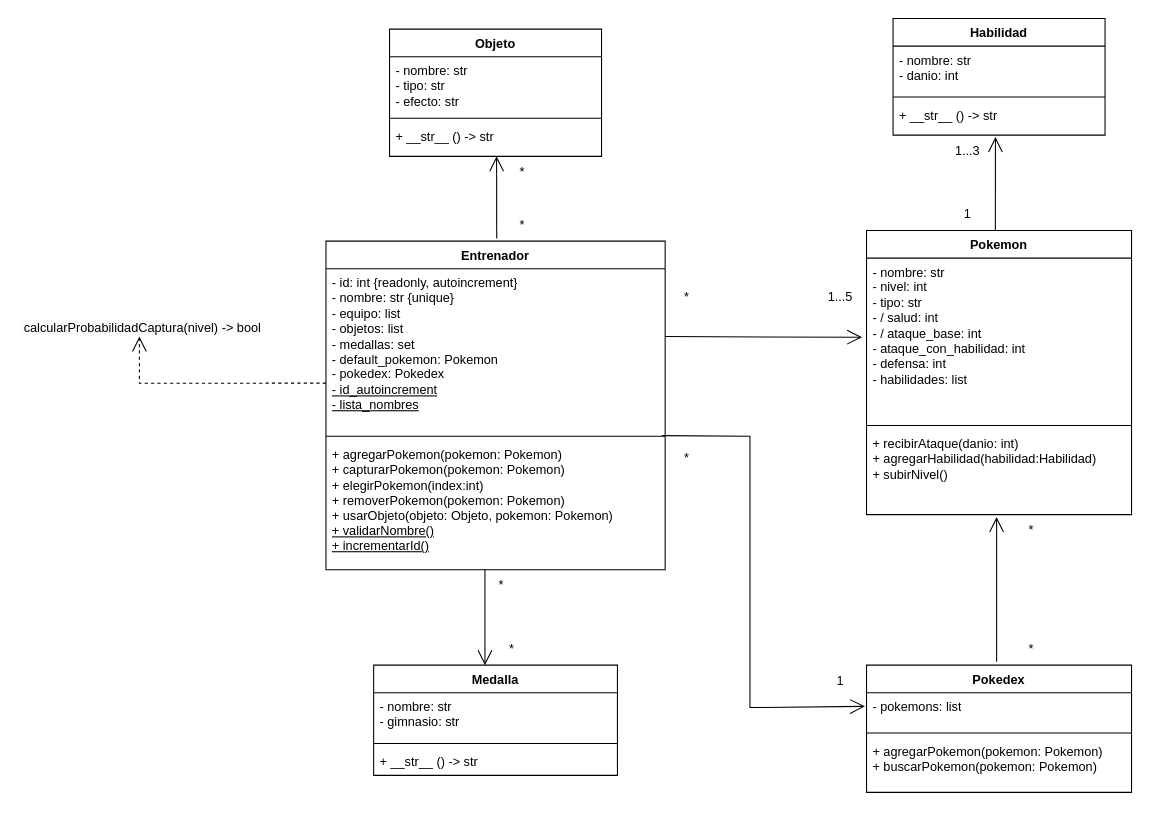
Earlier version of the draw.io diagram pokemon.drawio (MarucoMass/tp-integrador-P2-Massonnat-Martin-Palena). Source tidied: cells renumbered, new cells numbered last; positions are measured from the earlier drawing's top-left corner, leaving out a move shared by most shapes. Both pictures are drawn from the tidied source at 106%, with x=0, y=0 at pixel (18, 18).
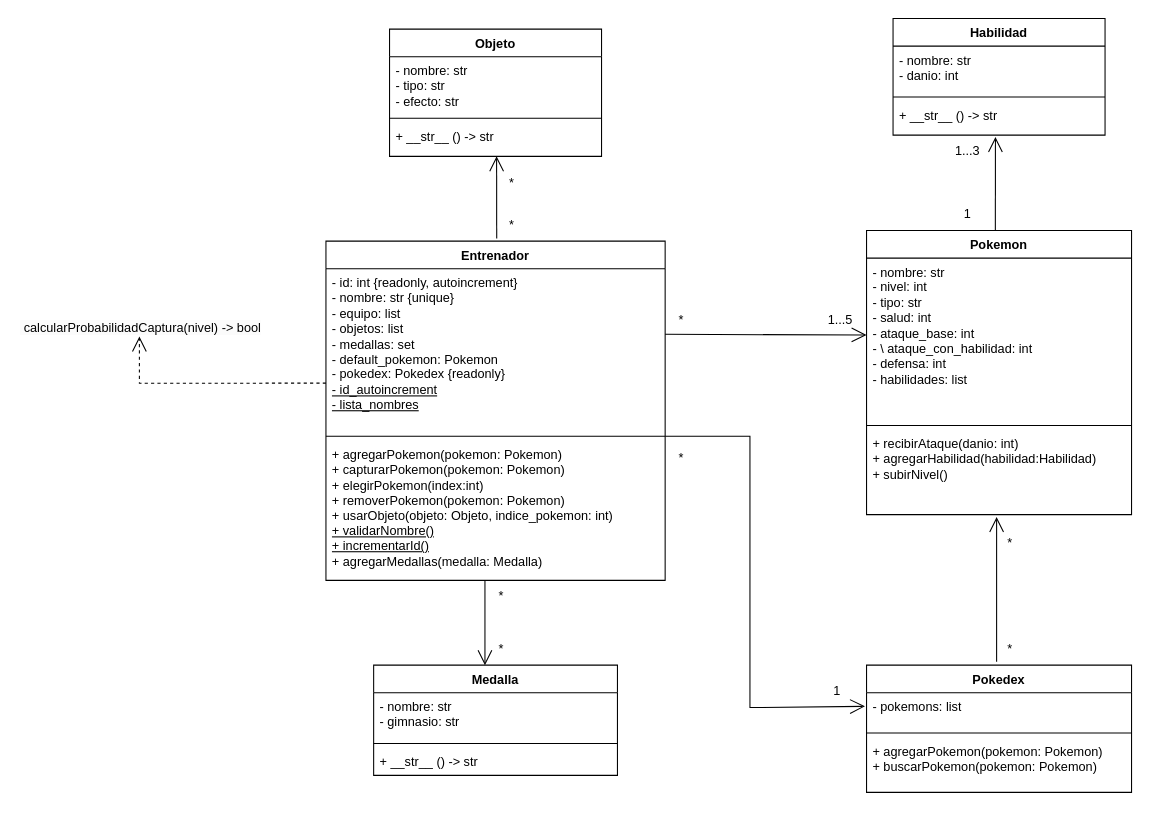
After the change.

The change refers to these unchanged cells:
```xml
<mxCell id="6" value="Pokemon" style="swimlane;fontStyle=1;align=center;verticalAlign=top;horizontal=1;startSize=26;whiteSpace=wrap;html=1;" parent="1" vertex="1">
  <mxGeometry x="800" y="200" width="250" height="268" as="geometry" />
</mxCell>
<mxCell id="11" value="- pokemons: list" style="text;strokeColor=none;fillColor=none;align=left;verticalAlign=top;spacingLeft=4;spacingRight=4;overflow=hidden;points=[[0,0.5],[1,0.5]];portConstraint=eastwest;whiteSpace=wrap;html=1;" parent="10" vertex="1">
  <mxGeometry y="26" width="250" height="34" as="geometry" />
</mxCell>
```

Change to the diagram source:
```diff
@@
     <mxCell id="2" value="Entrenador" style="swimlane;fontStyle=1;align=center;verticalAlign=top;horizontal=1;startSize=26;whiteSpace=wrap;html=1;" parent="1" vertex="1">
-      <mxGeometry x="290" y="210" width="320" height="310" as="geometry" />
+      <mxGeometry x="290" y="210" width="320" height="320" as="geometry" />
     </mxCell>
-    <mxCell id="3" value="- id: int {readonly, autoincrement}&lt;div&gt;- nombre: str {unique}&lt;/div&gt;&lt;div&gt;- equipo: list&lt;/div&gt;&lt;div&gt;- objetos: list&lt;/div&gt;&lt;div&gt;- medallas: set&lt;/div&gt;&lt;div&gt;- default_pokemon: Pokemon&lt;/div&gt;&lt;div&gt;- pokedex: Pokedex&lt;br&gt;&lt;div&gt;&lt;u&gt;- id_autoincrement&lt;/u&gt;&lt;/div&gt;&lt;/div&gt;&lt;div&gt;&lt;u&gt;- lista_nombres&lt;/u&gt;&lt;/div&gt;&lt;div&gt;&lt;u&gt;&lt;br&gt;&lt;/u&gt;&lt;/div&gt;" style="text;strokeColor=none;fillColor=none;align=left;verticalAlign=top;spacingLeft=4;spacingRight=4;overflow=hidden;points=[[0,0.5],[1,0.5]];portConstraint=eastwest;whiteSpace=wrap;html=1;" parent="2" vertex="1">
+    <mxCell id="3" value="- id: int {readonly, autoincrement}&lt;div&gt;- nombre: str {unique}&lt;/div&gt;&lt;div&gt;- equipo: list&lt;/div&gt;&lt;div&gt;- objetos: list&lt;/div&gt;&lt;div&gt;- medallas: set&lt;/div&gt;&lt;div&gt;- default_pokemon: Pokemon&lt;/div&gt;&lt;div&gt;- pokedex: Pokedex {readonly}&lt;br&gt;&lt;div&gt;&lt;u&gt;- id_autoincrement&lt;/u&gt;&lt;/div&gt;&lt;/div&gt;&lt;div&gt;&lt;u&gt;- lista_nombres&lt;/u&gt;&lt;/div&gt;&lt;div&gt;&lt;u&gt;&lt;br&gt;&lt;/u&gt;&lt;/div&gt;" style="text;strokeColor=none;fillColor=none;align=left;verticalAlign=top;spacingLeft=4;spacingRight=4;overflow=hidden;points=[[0,0.5],[1,0.5]];portConstraint=eastwest;whiteSpace=wrap;html=1;" parent="2" vertex="1">
       <mxGeometry y="26" width="320" height="154" as="geometry" />
     </mxCell>
@@
-    <mxCell id="5" value="+ agregarPokemon(pokemon: Pokemon)&lt;div&gt;+ capturarPokemon(pokemon: Pokemon)&lt;br&gt;&lt;div&gt;+ elegirPokemon(index:int)&lt;/div&gt;&lt;div&gt;+ removerPokemon(pokemon: Pokemon)&lt;/div&gt;&lt;div&gt;+ usarObjeto(objeto: Objeto, pokemon: Pokemon)&lt;/div&gt;&lt;div&gt;&lt;u&gt;+ validarNombre()&lt;/u&gt;&lt;/div&gt;&lt;div&gt;&lt;u&gt;+ incrementarId()&lt;/u&gt;&lt;/div&gt;&lt;/div&gt;" style="text;strokeColor=none;fillColor=none;align=left;verticalAlign=top;spacingLeft=4;spacingRight=4;overflow=hidden;points=[[0,0.5],[1,0.5]];portConstraint=eastwest;whiteSpace=wrap;html=1;" parent="2" vertex="1">
-      <mxGeometry y="188" width="320" height="122" as="geometry" />
+    <mxCell id="5" value="+ agregarPokemon(pokemon: Pokemon)&lt;div&gt;+ capturarPokemon(pokemon: Pokemon)&lt;br&gt;&lt;div&gt;+ elegirPokemon(index:int)&lt;/div&gt;&lt;div&gt;+ removerPokemon(pokemon: Pokemon)&lt;/div&gt;&lt;div&gt;+ usarObjeto(objeto: Objeto, indice_pokemon: int)&lt;/div&gt;&lt;div&gt;&lt;u&gt;+ validarNombre()&lt;/u&gt;&lt;/div&gt;&lt;div&gt;&lt;u&gt;+ incrementarId()&lt;/u&gt;&lt;/div&gt;&lt;/div&gt;&lt;div&gt;+ agregarMedallas(medalla: Medalla)&lt;/div&gt;" style="text;strokeColor=none;fillColor=none;align=left;verticalAlign=top;spacingLeft=4;spacingRight=4;overflow=hidden;points=[[0,0.5],[1,0.5]];portConstraint=eastwest;whiteSpace=wrap;html=1;" parent="2" vertex="1">
+      <mxGeometry y="188" width="320" height="132" as="geometry" />
     </mxCell>
@@
-    <mxCell id="7" value="- nombre: str&lt;div&gt;- nivel: int&lt;/div&gt;&lt;div&gt;- tipo: str&lt;/div&gt;&lt;div&gt;- / salud: int&lt;/div&gt;&lt;div&gt;- / ataque_base: int&lt;/div&gt;&lt;div&gt;- ataque_con_habilidad: int&lt;/div&gt;&lt;div&gt;- defensa: int&lt;/div&gt;&lt;div&gt;- habilidades: list&lt;/div&gt;&lt;div&gt;&lt;br&gt;&lt;/div&gt;" style="text;strokeColor=none;fillColor=none;align=left;verticalAlign=top;spacingLeft=4;spacingRight=4;overflow=hidden;points=[[0,0.5],[1,0.5]];portConstraint=eastwest;whiteSpace=wrap;html=1;" parent="6" vertex="1">
+    <mxCell id="7" value="- nombre: str&lt;div&gt;- nivel: int&lt;/div&gt;&lt;div&gt;- tipo: str&lt;/div&gt;&lt;div&gt;- salud: int&lt;/div&gt;&lt;div&gt;- ataque_base: int&lt;/div&gt;&lt;div&gt;- \ ataque_con_habilidad: int&lt;/div&gt;&lt;div&gt;- defensa: int&lt;/div&gt;&lt;div&gt;- habilidades: list&lt;/div&gt;&lt;div&gt;&lt;br&gt;&lt;/div&gt;" style="text;strokeColor=none;fillColor=none;align=left;verticalAlign=top;spacingLeft=4;spacingRight=4;overflow=hidden;points=[[0,0.5],[1,0.5]];portConstraint=eastwest;whiteSpace=wrap;html=1;" parent="6" vertex="1">
       <mxGeometry y="26" width="250" height="154" as="geometry" />
     </mxCell>
@@
     <mxCell id="26" value="*" style="text;html=1;align=center;verticalAlign=middle;strokeColor=none;fillColor=none;" parent="1" vertex="1">
-      <mxGeometry x="615" y="248" width="30" height="30" as="geometry" />
+      <mxGeometry x="610" y="270" width="30" height="30" as="geometry" />
     </mxCell>
     <mxCell id="27" value="1...5" style="text;html=1;align=center;verticalAlign=middle;strokeColor=none;fillColor=none;" parent="1" vertex="1">
-      <mxGeometry x="750" y="248" width="50" height="30" as="geometry" />
+      <mxGeometry x="750" y="270" width="50" height="30" as="geometry" />
     </mxCell>
@@
     <mxCell id="30" value="*" style="text;html=1;align=center;verticalAlign=middle;strokeColor=none;fillColor=none;" parent="1" vertex="1">
-      <mxGeometry x="460" y="130" width="30" height="30" as="geometry" />
+      <mxGeometry x="450" y="140" width="30" height="30" as="geometry" />
     </mxCell>
     <mxCell id="31" value="*" style="text;html=1;align=center;verticalAlign=middle;strokeColor=none;fillColor=none;" parent="1" vertex="1">
-      <mxGeometry x="460" y="180" width="30" height="30" as="geometry" />
+      <mxGeometry x="450" y="180" width="30" height="30" as="geometry" />
     </mxCell>
     <mxCell id="32" value="*" style="text;html=1;align=center;verticalAlign=middle;strokeColor=none;fillColor=none;" parent="1" vertex="1">
-      <mxGeometry x="450" y="580" width="30" height="30" as="geometry" />
+      <mxGeometry x="440" y="580" width="30" height="30" as="geometry" />
     </mxCell>
     <mxCell id="33" value="*" style="text;html=1;align=center;verticalAlign=middle;strokeColor=none;fillColor=none;" parent="1" vertex="1">
-      <mxGeometry x="440" y="520" width="30" height="30" as="geometry" />
+      <mxGeometry x="440" y="530" width="30" height="30" as="geometry" />
     </mxCell>
     <mxCell id="34" style="endArrow=open;endFill=1;endSize=12;html=1;rounded=0;" parent="1" edge="1">
       <mxGeometry relative="1" as="geometry">
-        <mxPoint x="440" y="520" as="sourcePoint" />
+        <mxPoint x="440" y="530" as="sourcePoint" />
         <mxPoint x="440" y="610" as="targetPoint" />
       </mxGeometry>
     </mxCell>
-    <mxCell id="35" style="endArrow=open;endFill=1;endSize=12;html=1;rounded=0;entryX=-0.017;entryY=0.485;entryDx=0;entryDy=0;entryPerimeter=0;" parent="1" edge="1" target="7">
+    <mxCell id="35" style="endArrow=open;endFill=1;endSize=12;html=1;rounded=0;entryX=0;entryY=0.471;entryDx=0;entryDy=0;entryPerimeter=0;" parent="1" edge="1" target="7">
       <mxGeometry relative="1" as="geometry">
-        <mxPoint x="610" y="300" as="sourcePoint" />
+        <mxPoint x="610" y="297.9" as="sourcePoint" />
       </mxGeometry>
     </mxCell>
-    <mxCell id="36" style="endArrow=open;endFill=1;endSize=12;html=1;rounded=0;entryX=-0.006;entryY=0.379;entryDx=0;entryDy=0;entryPerimeter=0;exitX=0.991;exitY=-0.037;exitDx=0;exitDy=0;exitPerimeter=0;" parent="1" edge="1" source="5" target="11">
+    <mxCell id="36" style="endArrow=open;endFill=1;endSize=12;html=1;rounded=0;entryX=-0.006;entryY=0.379;entryDx=0;entryDy=0;entryPerimeter=0;" parent="1" edge="1" target="11">
       <mxGeometry relative="1" as="geometry">
+        <mxPoint x="610" y="394" as="sourcePoint" />
         <Array as="points">
           <mxPoint x="690" y="394" />
           <mxPoint x="690" y="650" />
         </Array>
       </mxGeometry>
     </mxCell>
@@
     <mxCell id="38" value="*" style="text;html=1;align=center;verticalAlign=middle;strokeColor=none;fillColor=none;" parent="1" vertex="1">
-      <mxGeometry x="940" y="468" width="30" height="30" as="geometry" />
+      <mxGeometry x="920" y="480" width="30" height="30" as="geometry" />
     </mxCell>
     <mxCell id="39" value="*" style="text;html=1;align=center;verticalAlign=middle;strokeColor=none;fillColor=none;" parent="1" vertex="1">
-      <mxGeometry x="940" y="580" width="30" height="30" as="geometry" />
+      <mxGeometry x="920" y="580" width="30" height="30" as="geometry" />
     </mxCell>
     <mxCell id="40" value="1" style="text;html=1;align=center;verticalAlign=middle;strokeColor=none;fillColor=none;" parent="1" vertex="1">
-      <mxGeometry x="760" y="610" width="30" height="30" as="geometry" />
+      <mxGeometry x="757" y="620" width="30" height="30" as="geometry" />
     </mxCell>
     <mxCell id="41" value="*" style="text;html=1;align=center;verticalAlign=middle;strokeColor=none;fillColor=none;" parent="1" vertex="1">
-      <mxGeometry x="615" y="400" width="30" height="30" as="geometry" />
+      <mxGeometry x="610" y="400" width="30" height="30" as="geometry" />
     </mxCell>
```
